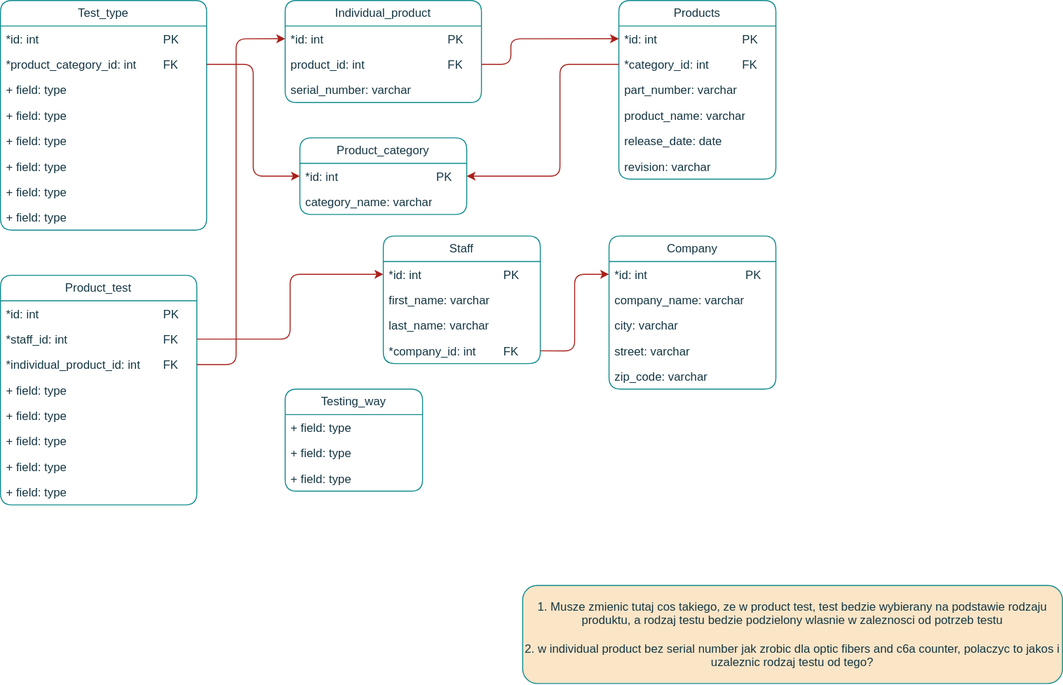
pejczykjr/Database_production keeps this draw.io diagram as UML diagram.svg. Above is the earlier version. Source tidied: cells renumbered, new cells last; positions are measured from the earlier drawing's top-left corner, leaving out a move shared by most shapes.
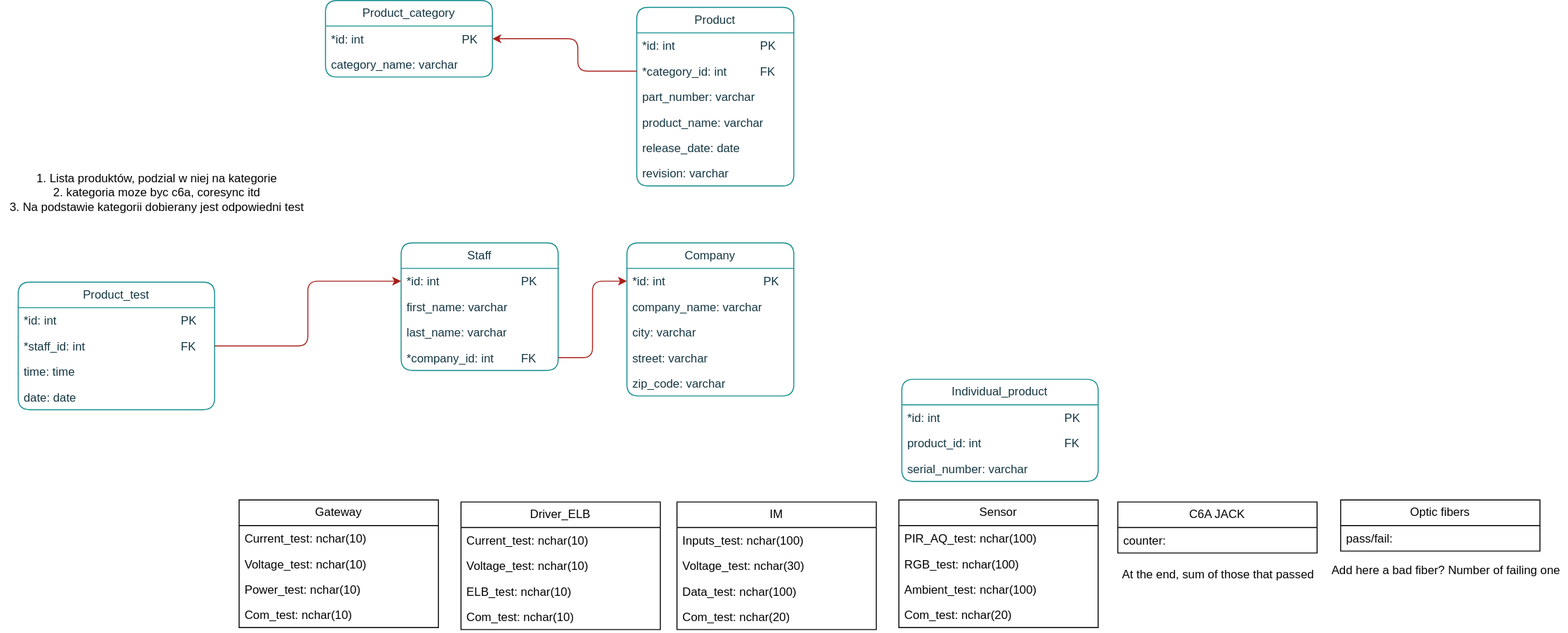
Above is the later version.

Commit message:
UML mindmap

Diff of the diagram source:
```diff
@@ -37,3 +37,3 @@
     </mxCell>
-    <mxCell id="13" value="Products" style="swimlane;fontStyle=0;horizontal=1;startSize=26;fillColor=none;whiteSpace=wrap;html=1;rounded=1;labelBackgroundColor=none;strokeColor=#0F8B8D;fontColor=#143642;" parent="1" vertex="1">
+    <mxCell id="13" value="Product" style="swimlane;fontStyle=0;horizontal=1;startSize=26;fillColor=none;whiteSpace=wrap;html=1;rounded=1;labelBackgroundColor=none;strokeColor=#0F8B8D;fontColor=#143642;" parent="1" vertex="1">
       <mxGeometry x="630" width="160" height="182" as="geometry" />
@@ -59,3 +59,3 @@
     <mxCell id="20" value="Product_category" style="swimlane;fontStyle=0;horizontal=1;startSize=26;fillColor=none;whiteSpace=wrap;html=1;rounded=1;labelBackgroundColor=none;strokeColor=#0F8B8D;fontColor=#143642;" parent="1" vertex="1">
-      <mxGeometry x="305" y="140" width="170" height="78" as="geometry" />
+      <mxGeometry x="313" y="-7" width="170" height="78" as="geometry" />
     </mxCell>
@@ -71,3 +71,3 @@
     <mxCell id="24" value="Individual_product" style="swimlane;fontStyle=0;horizontal=1;startSize=26;fillColor=none;whiteSpace=wrap;html=1;rounded=1;labelBackgroundColor=none;strokeColor=#0F8B8D;fontColor=#143642;" parent="1" vertex="1">
-      <mxGeometry x="290" width="200" height="104" as="geometry" />
+      <mxGeometry x="900" y="379" width="200" height="104" as="geometry" />
     </mxCell>
@@ -82,32 +82,2 @@
     </mxCell>
-    <mxCell id="28" value="Test_type" style="swimlane;fontStyle=0;horizontal=1;startSize=26;fillColor=none;whiteSpace=wrap;html=1;rounded=1;labelBackgroundColor=none;strokeColor=#0F8B8D;fontColor=#143642;" parent="1" vertex="1">
-      <mxGeometry width="210" height="234" as="geometry" />
-    </mxCell>
-    <mxCell id="29" value="*id: int&lt;span style=&quot;white-space: pre;&quot;&gt;&#9;&lt;span style=&quot;white-space: pre;&quot;&gt;&#9;&lt;/span&gt;&lt;span style=&quot;white-space: pre;&quot;&gt;&#9;&lt;/span&gt;&lt;span style=&quot;white-space: pre;&quot;&gt;&#9;&lt;/span&gt;&lt;span style=&quot;white-space: pre;&quot;&gt;&#9;&lt;/span&gt;&lt;/span&gt;PK" style="text;strokeColor=none;fillColor=none;align=left;verticalAlign=top;spacingLeft=4;spacingRight=4;overflow=hidden;whiteSpace=wrap;html=1;rounded=1;labelBackgroundColor=none;fontColor=#143642;" parent="28" vertex="1">
-      <mxGeometry y="26" width="210" height="26" as="geometry" />
-    </mxCell>
-    <mxCell id="30" value="*product_category_id: int&lt;span style=&quot;white-space: pre;&quot;&gt;&#9;&lt;/span&gt;FK" style="text;strokeColor=none;fillColor=none;align=left;verticalAlign=top;spacingLeft=4;spacingRight=4;overflow=hidden;points=[[0,0.5],[1,0.5]];portConstraint=eastwest;whiteSpace=wrap;html=1;rounded=1;labelBackgroundColor=none;fontColor=#143642;" parent="28" vertex="1">
-      <mxGeometry y="52" width="210" height="26" as="geometry" />
-    </mxCell>
-    <mxCell id="31" value="+ field: type" style="text;strokeColor=none;fillColor=none;align=left;verticalAlign=top;spacingLeft=4;spacingRight=4;overflow=hidden;whiteSpace=wrap;html=1;rounded=1;labelBackgroundColor=none;fontColor=#143642;" parent="28" vertex="1">
-      <mxGeometry y="78" width="210" height="26" as="geometry" />
-    </mxCell>
-    <mxCell id="32" value="+ field: type" style="text;strokeColor=none;fillColor=none;align=left;verticalAlign=top;spacingLeft=4;spacingRight=4;overflow=hidden;whiteSpace=wrap;html=1;rounded=1;labelBackgroundColor=none;fontColor=#143642;" parent="28" vertex="1">
-      <mxGeometry y="104" width="210" height="26" as="geometry" />
-    </mxCell>
-    <mxCell id="33" value="+ field: type" style="text;strokeColor=none;fillColor=none;align=left;verticalAlign=top;spacingLeft=4;spacingRight=4;overflow=hidden;whiteSpace=wrap;html=1;rounded=1;labelBackgroundColor=none;fontColor=#143642;" parent="28" vertex="1">
-      <mxGeometry y="130" width="210" height="26" as="geometry" />
-    </mxCell>
-    <mxCell id="34" value="+ field: type" style="text;strokeColor=none;fillColor=none;align=left;verticalAlign=top;spacingLeft=4;spacingRight=4;overflow=hidden;whiteSpace=wrap;html=1;rounded=1;labelBackgroundColor=none;fontColor=#143642;" parent="28" vertex="1">
-      <mxGeometry y="156" width="210" height="26" as="geometry" />
-    </mxCell>
-    <mxCell id="35" value="+ field: type" style="text;strokeColor=none;fillColor=none;align=left;verticalAlign=top;spacingLeft=4;spacingRight=4;overflow=hidden;whiteSpace=wrap;html=1;rounded=1;labelBackgroundColor=none;fontColor=#143642;" parent="28" vertex="1">
-      <mxGeometry y="182" width="210" height="26" as="geometry" />
-    </mxCell>
-    <mxCell id="36" value="+ field: type" style="text;strokeColor=none;fillColor=none;align=left;verticalAlign=top;spacingLeft=4;spacingRight=4;overflow=hidden;whiteSpace=wrap;html=1;rounded=1;labelBackgroundColor=none;fontColor=#143642;" parent="28" vertex="1">
-      <mxGeometry y="208" width="210" height="26" as="geometry" />
-    </mxCell>
-    <mxCell id="37" style="edgeStyle=orthogonalEdgeStyle;rounded=1;jettySize=auto;html=1;exitX=1;exitY=0.5;exitDx=0;exitDy=0;entryX=0;entryY=0.5;entryDx=0;entryDy=0;labelBackgroundColor=none;strokeColor=#A8201A;fontColor=default;" parent="1" edge="1" source="30" target="21">
-      <mxGeometry relative="1" as="geometry" />
-    </mxCell>
     <mxCell id="38" style="edgeStyle=orthogonalEdgeStyle;rounded=1;jettySize=auto;html=1;exitX=0;exitY=0.5;exitDx=0;exitDy=0;entryX=1;entryY=0.5;entryDx=0;entryDy=0;labelBackgroundColor=none;strokeColor=#A8201A;fontColor=default;" parent="1" edge="1" source="15" target="21">
@@ -116,3 +86,3 @@
           <mxPoint x="570" y="65" />
-          <mxPoint x="570" y="179" />
+          <mxPoint x="570" y="32" />
         </Array>
@@ -120,12 +90,4 @@
     </mxCell>
-    <mxCell id="39" style="edgeStyle=orthogonalEdgeStyle;rounded=1;jettySize=auto;html=1;exitX=1;exitY=0.5;exitDx=0;exitDy=0;entryX=0;entryY=0.5;entryDx=0;entryDy=0;labelBackgroundColor=none;strokeColor=#A8201A;fontColor=default;" parent="1" edge="1" source="26" target="14">
-      <mxGeometry relative="1" as="geometry">
-        <Array as="points">
-          <mxPoint x="520" y="65" />
-          <mxPoint x="520" y="39" />
-        </Array>
-      </mxGeometry>
-    </mxCell>
     <mxCell id="40" value="Product_test" style="swimlane;fontStyle=0;horizontal=1;startSize=26;fillColor=none;whiteSpace=wrap;html=1;rounded=1;labelBackgroundColor=none;strokeColor=#0F8B8D;fontColor=#143642;" parent="1" vertex="1">
-      <mxGeometry y="280" width="200" height="234" as="geometry" />
+      <mxGeometry y="280" width="200" height="130" as="geometry" />
     </mxCell>
@@ -137,20 +99,8 @@
     </mxCell>
-    <mxCell id="43" value="*individual_product_id: int&lt;span style=&quot;white-space: pre;&quot;&gt;&#9;&lt;/span&gt;FK" style="text;strokeColor=none;fillColor=none;align=left;verticalAlign=top;spacingLeft=4;spacingRight=4;overflow=hidden;points=[[0,0.5],[1,0.5]];portConstraint=eastwest;whiteSpace=wrap;html=1;rounded=1;labelBackgroundColor=none;fontColor=#143642;" parent="40" vertex="1">
-      <mxGeometry y="78" width="200" height="26" as="geometry" />
-    </mxCell>
-    <mxCell id="44" value="+ field: type" style="text;strokeColor=none;fillColor=none;align=left;verticalAlign=top;spacingLeft=4;spacingRight=4;overflow=hidden;whiteSpace=wrap;html=1;rounded=1;labelBackgroundColor=none;fontColor=#143642;" parent="40" vertex="1">
-      <mxGeometry y="104" width="200" height="26" as="geometry" />
+    <mxCell id="44" value="time: time" style="text;strokeColor=none;fillColor=none;align=left;verticalAlign=top;spacingLeft=4;spacingRight=4;overflow=hidden;whiteSpace=wrap;html=1;rounded=1;labelBackgroundColor=none;fontColor=#143642;" parent="40" vertex="1">
+      <mxGeometry y="78" width="200" height="26" as="geometry" />
     </mxCell>
-    <mxCell id="45" value="+ field: type" style="text;strokeColor=none;fillColor=none;align=left;verticalAlign=top;spacingLeft=4;spacingRight=4;overflow=hidden;whiteSpace=wrap;html=1;rounded=1;labelBackgroundColor=none;fontColor=#143642;" parent="40" vertex="1">
-      <mxGeometry y="130" width="200" height="26" as="geometry" />
+    <mxCell id="45" value="date: date" style="text;strokeColor=none;fillColor=none;align=left;verticalAlign=top;spacingLeft=4;spacingRight=4;overflow=hidden;whiteSpace=wrap;html=1;rounded=1;labelBackgroundColor=none;fontColor=#143642;" parent="40" vertex="1">
+      <mxGeometry y="104" width="200" height="26" as="geometry" />
     </mxCell>
-    <mxCell id="46" value="+ field: type" style="text;strokeColor=none;fillColor=none;align=left;verticalAlign=top;spacingLeft=4;spacingRight=4;overflow=hidden;whiteSpace=wrap;html=1;rounded=1;labelBackgroundColor=none;fontColor=#143642;" parent="40" vertex="1">
-      <mxGeometry y="156" width="200" height="26" as="geometry" />
-    </mxCell>
-    <mxCell id="47" value="+ field: type" style="text;strokeColor=none;fillColor=none;align=left;verticalAlign=top;spacingLeft=4;spacingRight=4;overflow=hidden;whiteSpace=wrap;html=1;rounded=1;labelBackgroundColor=none;fontColor=#143642;" parent="40" vertex="1">
-      <mxGeometry y="182" width="200" height="26" as="geometry" />
-    </mxCell>
-    <mxCell id="48" value="+ field: type" style="text;strokeColor=none;fillColor=none;align=left;verticalAlign=top;spacingLeft=4;spacingRight=4;overflow=hidden;whiteSpace=wrap;html=1;rounded=1;labelBackgroundColor=none;fontColor=#143642;" parent="40" vertex="1">
-      <mxGeometry y="208" width="200" height="26" as="geometry" />
-    </mxCell>
     <mxCell id="49" style="edgeStyle=orthogonalEdgeStyle;rounded=1;jettySize=auto;html=1;exitX=1;exitY=0.5;exitDx=0;exitDy=0;entryX=0;entryY=0.5;entryDx=0;entryDy=0;labelBackgroundColor=none;strokeColor=#A8201A;fontColor=default;" parent="1" edge="1" source="42" target="3">
@@ -158,25 +108,83 @@
     </mxCell>
-    <mxCell id="50" style="edgeStyle=orthogonalEdgeStyle;rounded=1;jettySize=auto;html=1;exitX=1;exitY=0.5;exitDx=0;exitDy=0;entryX=0;entryY=0.5;entryDx=0;entryDy=0;labelBackgroundColor=none;strokeColor=#A8201A;fontColor=default;" parent="1" edge="1" source="43" target="25">
-      <mxGeometry relative="1" as="geometry">
-        <Array as="points">
-          <mxPoint x="240" y="371" />
-          <mxPoint x="240" y="39" />
-        </Array>
-      </mxGeometry>
-    </mxCell>
-    <mxCell id="51" value="Testing_way" style="swimlane;fontStyle=0;horizontal=1;startSize=26;fillColor=none;whiteSpace=wrap;html=1;rounded=1;labelBackgroundColor=none;strokeColor=#0F8B8D;fontColor=#143642;" parent="1" vertex="1">
-      <mxGeometry x="290" y="396" width="140" height="104" as="geometry" />
-    </mxCell>
-    <mxCell id="52" value="+ field: type" style="text;strokeColor=none;fillColor=none;align=left;verticalAlign=top;spacingLeft=4;spacingRight=4;overflow=hidden;whiteSpace=wrap;html=1;rounded=1;labelBackgroundColor=none;fontColor=#143642;" parent="51" vertex="1">
-      <mxGeometry y="26" width="140" height="26" as="geometry" />
-    </mxCell>
-    <mxCell id="53" value="+ field: type" style="text;strokeColor=none;fillColor=none;align=left;verticalAlign=top;spacingLeft=4;spacingRight=4;overflow=hidden;whiteSpace=wrap;html=1;rounded=1;labelBackgroundColor=none;fontColor=#143642;" parent="51" vertex="1">
-      <mxGeometry y="52" width="140" height="26" as="geometry" />
-    </mxCell>
-    <mxCell id="54" value="+ field: type" style="text;strokeColor=none;fillColor=none;align=left;verticalAlign=top;spacingLeft=4;spacingRight=4;overflow=hidden;whiteSpace=wrap;html=1;rounded=1;labelBackgroundColor=none;fontColor=#143642;" parent="51" vertex="1">
-      <mxGeometry y="78" width="140" height="26" as="geometry" />
-    </mxCell>
-    <mxCell id="55" value="1. Musze zmienic tutaj cos takiego, ze w product test, test bedzie wybierany na podstawie rodzaju produktu, a rodzaj testu bedzie podzielony wlasnie w zaleznosci od potrzeb testu&lt;br&gt;&lt;br&gt;2. w individual product bez serial number jak zrobic dla optic fibers and c6a counter, polaczyc to jakos i uzaleznic rodzaj testu od tego?" style="rounded=1;whiteSpace=wrap;html=1;labelBackgroundColor=none;fillColor=#FAE5C7;strokeColor=#0F8B8D;fontColor=#143642;" parent="1" vertex="1">
-      <mxGeometry x="532" y="596" width="550" height="100" as="geometry" />
-    </mxCell>
+    <mxCell id="56" value="Driver_ELB" style="swimlane;fontStyle=0;horizontal=1;startSize=26;fillColor=none;whiteSpace=wrap;html=1;" parent="1" vertex="1">
+      <mxGeometry x="451" y="504" width="203" height="130" as="geometry" />
+    </mxCell>
+    <mxCell id="57" value="Current_test: nchar(10)" style="text;strokeColor=none;fillColor=none;align=left;verticalAlign=top;spacingLeft=4;spacingRight=4;overflow=hidden;whiteSpace=wrap;html=1;" parent="56" vertex="1">
+      <mxGeometry y="26" width="203" height="26" as="geometry" />
+    </mxCell>
+    <mxCell id="58" value="Voltage_test: nchar(10)" style="text;strokeColor=none;fillColor=none;align=left;verticalAlign=top;spacingLeft=4;spacingRight=4;overflow=hidden;whiteSpace=wrap;html=1;" parent="56" vertex="1">
+      <mxGeometry y="52" width="203" height="26" as="geometry" />
+    </mxCell>
+    <mxCell id="59" value="ELB_test: nchar(10)" style="text;strokeColor=none;fillColor=none;align=left;verticalAlign=top;spacingLeft=4;spacingRight=4;overflow=hidden;whiteSpace=wrap;html=1;" parent="56" vertex="1">
+      <mxGeometry y="78" width="203" height="26" as="geometry" />
+    </mxCell>
+    <mxCell id="60" value="Com_test: nchar(10)" style="text;strokeColor=none;fillColor=none;align=left;verticalAlign=top;spacingLeft=4;spacingRight=4;overflow=hidden;whiteSpace=wrap;html=1;" parent="56" vertex="1">
+      <mxGeometry y="104" width="203" height="26" as="geometry" />
+    </mxCell>
+    <mxCell id="61" value="IM" style="swimlane;fontStyle=0;horizontal=1;startSize=26;fillColor=none;whiteSpace=wrap;html=1;" parent="1" vertex="1">
+      <mxGeometry x="671" y="504" width="203" height="130" as="geometry" />
+    </mxCell>
+    <mxCell id="62" value="Inputs_test: nchar(100)" style="text;strokeColor=none;fillColor=none;align=left;verticalAlign=top;spacingLeft=4;spacingRight=4;overflow=hidden;whiteSpace=wrap;html=1;" parent="61" vertex="1">
+      <mxGeometry y="26" width="203" height="26" as="geometry" />
+    </mxCell>
+    <mxCell id="63" value="Voltage_test: nchar(30)" style="text;strokeColor=none;fillColor=none;align=left;verticalAlign=top;spacingLeft=4;spacingRight=4;overflow=hidden;whiteSpace=wrap;html=1;" parent="61" vertex="1">
+      <mxGeometry y="52" width="203" height="26" as="geometry" />
+    </mxCell>
+    <mxCell id="64" value="Data_test: nchar(100)" style="text;strokeColor=none;fillColor=none;align=left;verticalAlign=top;spacingLeft=4;spacingRight=4;overflow=hidden;whiteSpace=wrap;html=1;" parent="61" vertex="1">
+      <mxGeometry y="78" width="203" height="26" as="geometry" />
+    </mxCell>
+    <mxCell id="65" value="Com_test: nchar(20)" style="text;strokeColor=none;fillColor=none;align=left;verticalAlign=top;spacingLeft=4;spacingRight=4;overflow=hidden;whiteSpace=wrap;html=1;" parent="61" vertex="1">
+      <mxGeometry y="104" width="203" height="26" as="geometry" />
+    </mxCell>
+    <mxCell id="66" value="Sensor" style="swimlane;fontStyle=0;horizontal=1;startSize=26;fillColor=none;whiteSpace=wrap;html=1;" parent="1" vertex="1">
+      <mxGeometry x="897" y="502" width="203" height="130" as="geometry" />
+    </mxCell>
+    <mxCell id="67" value="PIR_AQ_test: nchar(100)" style="text;strokeColor=none;fillColor=none;align=left;verticalAlign=top;spacingLeft=4;spacingRight=4;overflow=hidden;whiteSpace=wrap;html=1;" parent="66" vertex="1">
+      <mxGeometry y="26" width="203" height="26" as="geometry" />
+    </mxCell>
+    <mxCell id="68" value="RGB_test: nchar(100)" style="text;strokeColor=none;fillColor=none;align=left;verticalAlign=top;spacingLeft=4;spacingRight=4;overflow=hidden;whiteSpace=wrap;html=1;" parent="66" vertex="1">
+      <mxGeometry y="52" width="203" height="26" as="geometry" />
+    </mxCell>
+    <mxCell id="69" value="Ambient_test: nchar(100)" style="text;strokeColor=none;fillColor=none;align=left;verticalAlign=top;spacingLeft=4;spacingRight=4;overflow=hidden;whiteSpace=wrap;html=1;" parent="66" vertex="1">
+      <mxGeometry y="78" width="203" height="26" as="geometry" />
+    </mxCell>
+    <mxCell id="70" value="Com_test: nchar(20)" style="text;strokeColor=none;fillColor=none;align=left;verticalAlign=top;spacingLeft=4;spacingRight=4;overflow=hidden;whiteSpace=wrap;html=1;" parent="66" vertex="1">
+      <mxGeometry y="104" width="203" height="26" as="geometry" />
+    </mxCell>
+    <mxCell id="71" value="1. Lista produktów, podzial w niej na kategorie&lt;br&gt;2. kategoria moze byc c6a, coresync itd&lt;br&gt;3. Na podstawie kategorii dobierany jest odpowiedni test" style="text;html=1;align=center;verticalAlign=middle;strokeColor=none;fillColor=none;" parent="1" vertex="1">
+      <mxGeometry x="-18" y="161" width="318" height="55" as="geometry" />
+    </mxCell>
+    <mxCell id="72" value="Gateway" style="swimlane;fontStyle=0;horizontal=1;startSize=26;fillColor=none;whiteSpace=wrap;html=1;" parent="1" vertex="1">
+      <mxGeometry x="225" y="502" width="203" height="130" as="geometry" />
+    </mxCell>
+    <mxCell id="73" value="Current_test: nchar(10)" style="text;strokeColor=none;fillColor=none;align=left;verticalAlign=top;spacingLeft=4;spacingRight=4;overflow=hidden;whiteSpace=wrap;html=1;" parent="72" vertex="1">
+      <mxGeometry y="26" width="203" height="26" as="geometry" />
+    </mxCell>
+    <mxCell id="74" value="Voltage_test: nchar(10)" style="text;strokeColor=none;fillColor=none;align=left;verticalAlign=top;spacingLeft=4;spacingRight=4;overflow=hidden;whiteSpace=wrap;html=1;" parent="72" vertex="1">
+      <mxGeometry y="52" width="203" height="26" as="geometry" />
+    </mxCell>
+    <mxCell id="75" value="Power_test: nchar(10)" style="text;strokeColor=none;fillColor=none;align=left;verticalAlign=top;spacingLeft=4;spacingRight=4;overflow=hidden;whiteSpace=wrap;html=1;" parent="72" vertex="1">
+      <mxGeometry y="78" width="203" height="26" as="geometry" />
+    </mxCell>
+    <mxCell id="76" value="Com_test: nchar(10)" style="text;strokeColor=none;fillColor=none;align=left;verticalAlign=top;spacingLeft=4;spacingRight=4;overflow=hidden;whiteSpace=wrap;html=1;" parent="72" vertex="1">
+      <mxGeometry y="104" width="203" height="26" as="geometry" />
+    </mxCell>
+    <mxCell id="77" value="C6A JACK" style="swimlane;fontStyle=0;horizontal=1;startSize=26;fillColor=none;whiteSpace=wrap;html=1;" parent="1" vertex="1">
+      <mxGeometry x="1120" y="504" width="203" height="52" as="geometry" />
+    </mxCell>
+    <mxCell id="78" value="counter:" style="text;strokeColor=none;fillColor=none;align=left;verticalAlign=top;spacingLeft=4;spacingRight=4;overflow=hidden;whiteSpace=wrap;html=1;" parent="77" vertex="1">
+      <mxGeometry y="26" width="203" height="26" as="geometry" />
+    </mxCell>
+    <mxCell id="79" value="Optic fibers" style="swimlane;fontStyle=0;horizontal=1;startSize=26;fillColor=none;whiteSpace=wrap;html=1;" parent="1" vertex="1">
+      <mxGeometry x="1347" y="502" width="203" height="52" as="geometry" />
+    </mxCell>
+    <mxCell id="80" value="pass/fail:" style="text;strokeColor=none;fillColor=none;align=left;verticalAlign=top;spacingLeft=4;spacingRight=4;overflow=hidden;whiteSpace=wrap;html=1;" parent="79" vertex="1">
+      <mxGeometry y="26" width="203" height="26" as="geometry" />
+    </mxCell>
+    <mxCell id="81" value="At the end, sum of those that passed" style="text;html=1;align=center;verticalAlign=middle;strokeColor=none;fillColor=none;" parent="1" vertex="1">
+      <mxGeometry x="1115" y="565" width="213" height="26" as="geometry" />
+    </mxCell>
+    <mxCell id="82" value="Add here a bad fiber? Number of failing one" style="text;html=1;align=center;verticalAlign=middle;strokeColor=none;fillColor=none;" parent="1" vertex="1">
+      <mxGeometry x="1328" y="561" width="251" height="26" as="geometry" />
+    </mxCell>
   </root>
```
